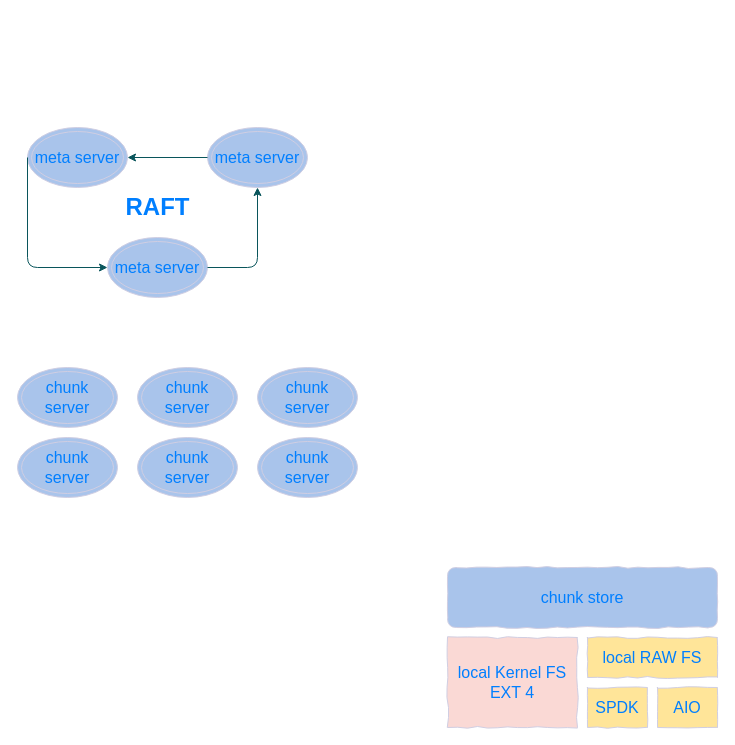
koka-go/blogs keeps this draw.io diagram as storage.drawio. Above is the earlier version. Source tidied: cells renumbered, new cells numbered last; positions are measured from the earlier drawing's top-left corner, leaving out a move shared by most shapes. Both pictures are drawn from the tidied source at 100%, with x=0, y=0 at pixel (17, 127).
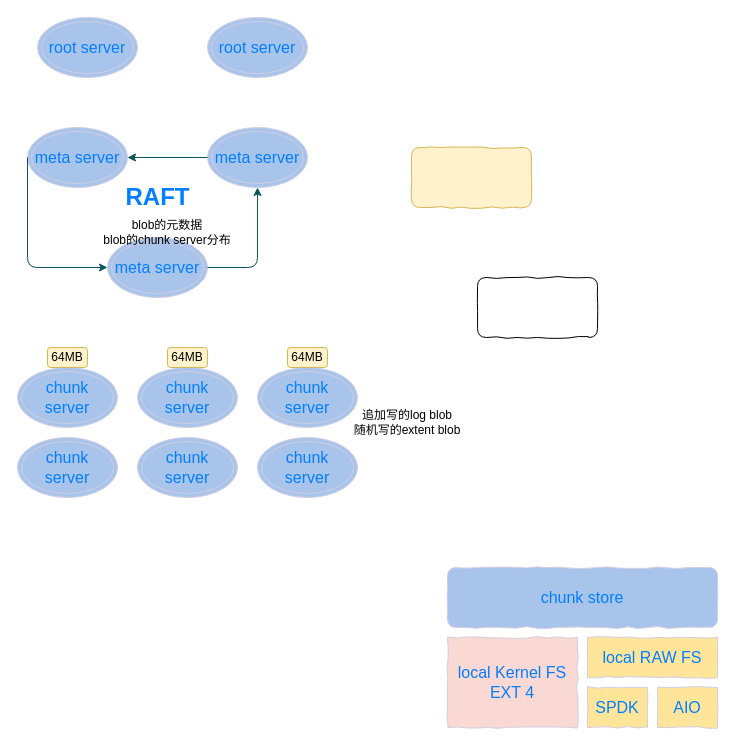
Above is the later version.

The edit, as a diff of the source:
```diff
@@
     <mxCell id="13" value="RAFT" style="text;strokeColor=none;fillColor=none;html=1;fontSize=24;fontStyle=1;verticalAlign=middle;align=center;rounded=0;comic=1;sketch=0;fontColor=#007FFF;" parent="1" vertex="1">
-      <mxGeometry x="90" y="60" width="100" height="40" as="geometry" />
+      <mxGeometry x="90" y="50" width="100" height="40" as="geometry" />
     </mxCell>
@@
+    <mxCell id="20" value="blob的元数据&lt;br&gt;blob的chunk server分布" style="text;html=1;strokeColor=none;fillColor=none;align=center;verticalAlign=middle;whiteSpace=wrap;rounded=0;" parent="1" vertex="1">
+      <mxGeometry x="80" y="90" width="140" height="30" as="geometry" />
+    </mxCell>
+    <mxCell id="21" value="追加写的log blob&lt;br&gt;随机写的extent blob" style="text;html=1;strokeColor=none;fillColor=none;align=center;verticalAlign=middle;whiteSpace=wrap;rounded=0;" parent="1" vertex="1">
+      <mxGeometry x="320" y="280" width="140" height="30" as="geometry" />
+    </mxCell>
+    <mxCell id="22" value="64MB" style="rounded=1;whiteSpace=wrap;html=1;fillColor=#fff2cc;strokeColor=#d6b656;" parent="1" vertex="1">
+      <mxGeometry x="30" y="220" width="40" height="20" as="geometry" />
+    </mxCell>
+    <mxCell id="23" value="64MB" style="rounded=1;whiteSpace=wrap;html=1;fillColor=#fff2cc;strokeColor=#d6b656;" parent="1" vertex="1">
+      <mxGeometry x="150" y="220" width="40" height="20" as="geometry" />
+    </mxCell>
+    <mxCell id="24" value="64MB" style="rounded=1;whiteSpace=wrap;html=1;fillColor=#fff2cc;strokeColor=#d6b656;" parent="1" vertex="1">
+      <mxGeometry x="270" y="220" width="40" height="20" as="geometry" />
+    </mxCell>
+    <mxCell id="25" value="root server" style="ellipse;shape=doubleEllipse;whiteSpace=wrap;html=1;rounded=0;comic=1;sketch=0;fontSize=16;fontColor=#007FFF;strokeColor=#D0CEE2;fillColor=#A9C4EB;gradientColor=none;" parent="1" vertex="1">
+      <mxGeometry x="20" y="-110" width="100" height="60" as="geometry" />
+    </mxCell>
+    <mxCell id="26" value="&lt;span&gt;root server&lt;/span&gt;" style="ellipse;shape=doubleEllipse;whiteSpace=wrap;html=1;rounded=0;comic=1;sketch=0;fontSize=16;fontColor=#007FFF;strokeColor=#D0CEE2;fillColor=#A9C4EB;gradientColor=none;" parent="1" vertex="1">
+      <mxGeometry x="190" y="-110" width="100" height="60" as="geometry" />
+    </mxCell>
+    <mxCell id="27" style="rounded=1;whiteSpace=wrap;html=1;fillColor=#fff2cc;strokeColor=#d6b656;comic=1;" parent="1" vertex="1">
+      <mxGeometry x="394" y="20" width="120" height="60" as="geometry" />
+    </mxCell>
+    <mxCell id="28" style="rounded=1;whiteSpace=wrap;html=1;comic=1;" parent="1" vertex="1">
+      <mxGeometry x="460" y="150" width="120" height="60" as="geometry" />
+    </mxCell>
```
